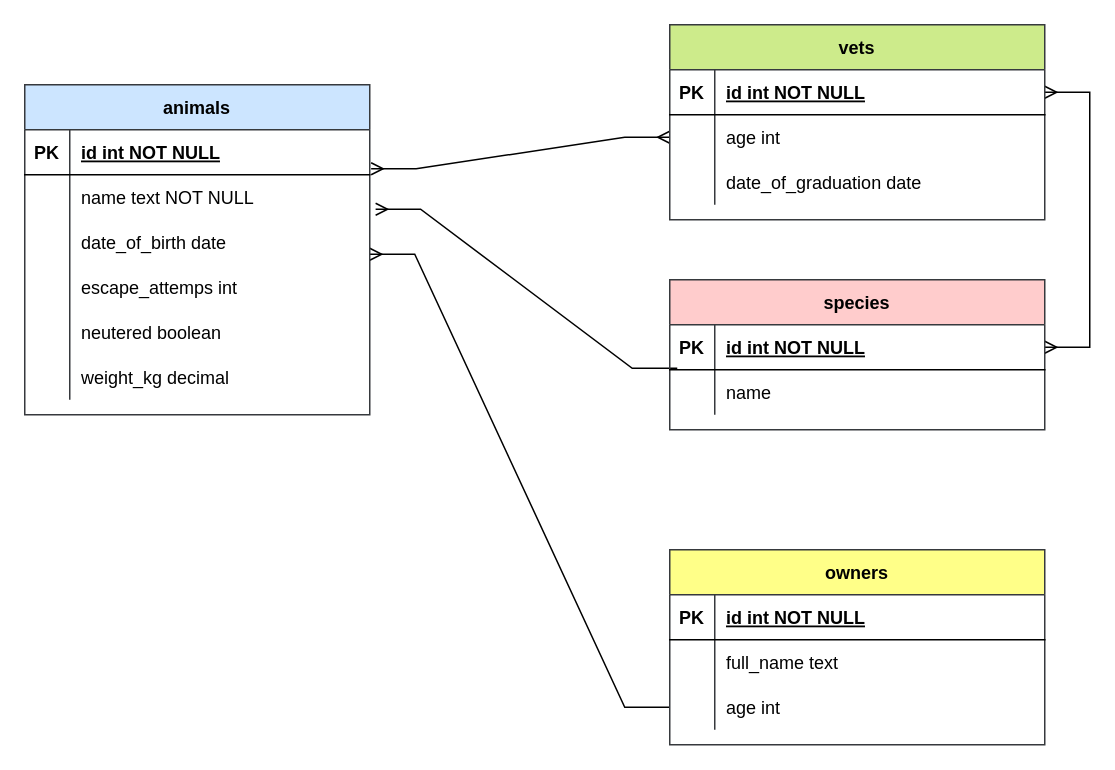
desorgui/vet-clinic keeps this draw.io diagram as vet_clinic.drawio. Above is the earlier version. Source tidied: cells renumbered, new cells numbered last; positions are measured from the earlier drawing's top-left corner, leaving out a move shared by most shapes. Both pictures are drawn from the tidied source at 150%, with x=0, y=0 at pixel (24, 24).
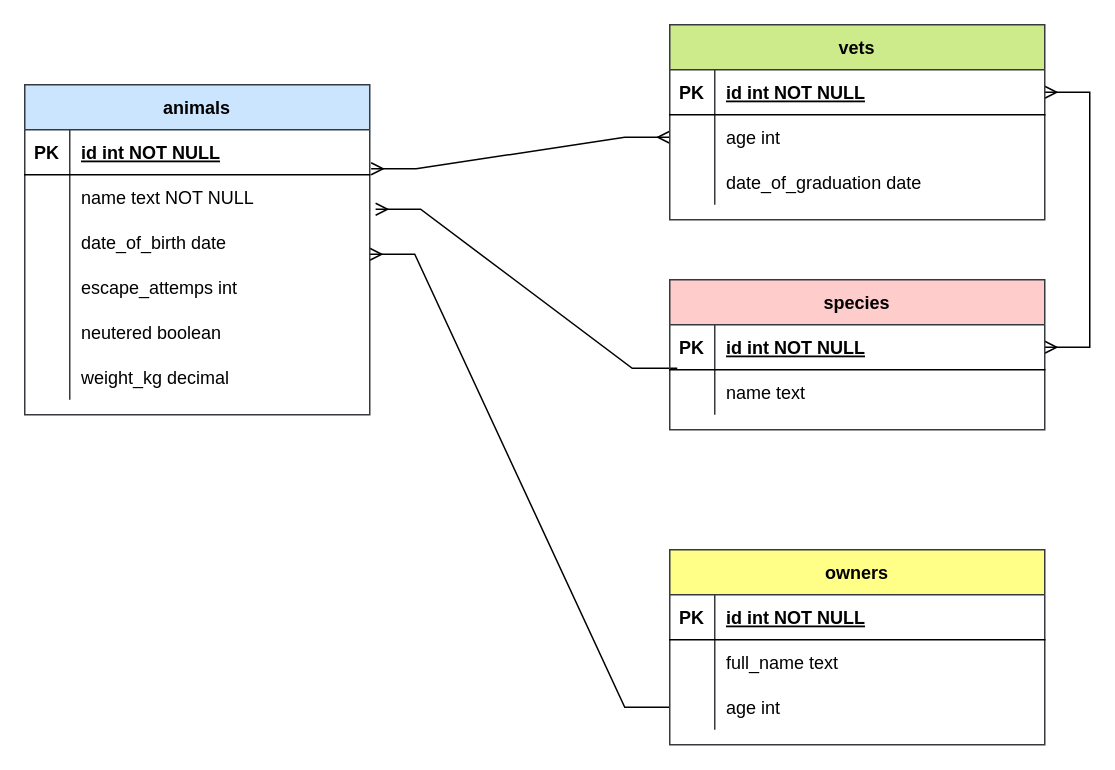
Above is the later version.

Commit message:
Mettre à jour vet_clinic.drawio

Unchanged cells that the change refers to:
```xml
<mxCell id="39" style="shape=tableRow;horizontal=0;startSize=0;swimlaneHead=0;swimlaneBody=0;fillColor=none;points=[[0,0.5],[1,0.5]];portConstraint=eastwest;top=0;left=0;right=0;bottom=0;" parent="35" vertex="1">
  <mxGeometry y="60" width="250" height="30" as="geometry" />
</mxCell>
```

The edit, as a diff of the source:
```diff
@@
-    <mxCell id="41" value="name" style="shape=partialRectangle;overflow=hidden;fillColor=none;align=left;top=0;left=0;bottom=0;right=0;spacingLeft=6;" parent="39" vertex="1">
+    <mxCell id="41" value="name text" style="shape=partialRectangle;overflow=hidden;fillColor=none;align=left;top=0;left=0;bottom=0;right=0;spacingLeft=6;" parent="39" vertex="1">
       <mxGeometry x="30" width="220" height="30" as="geometry" />
     </mxCell>
```
